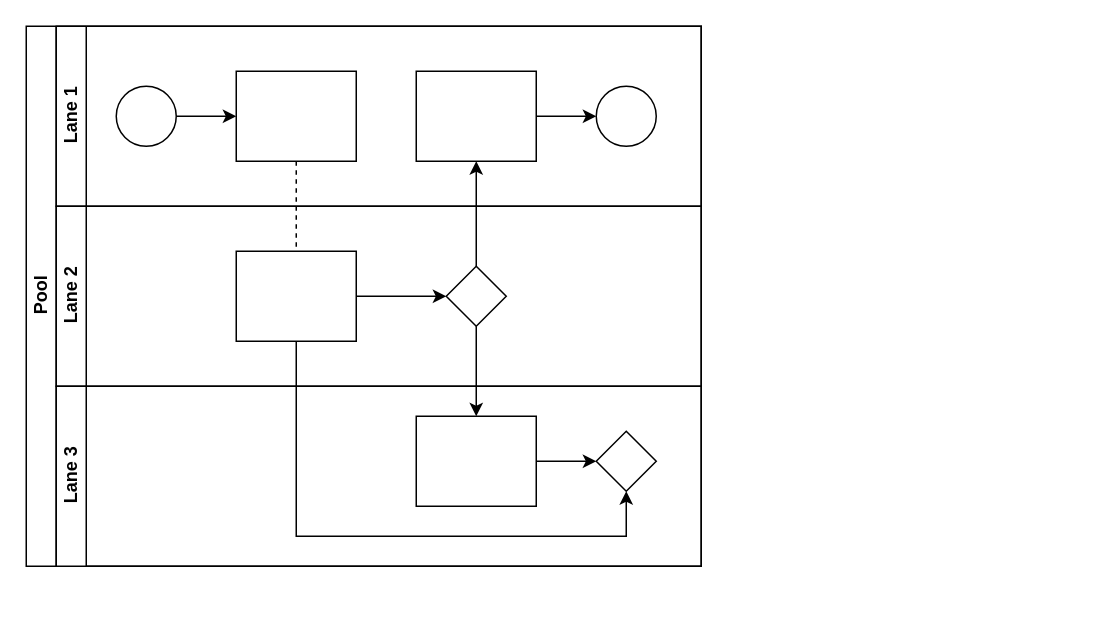
Earlier version of the draw.io diagram page "Interactions" (3 of 3) of SSPN Replacement.drawio (RustyTruck/plc4trucksduck). Source tidied: cells renumbered, new cells numbered last; positions are measured from the earlier drawing's top-left corner, leaving out a move shared by most shapes. Both pictures are drawn from the tidied source at 150%, with x=0, y=0 at pixel (26, 26).
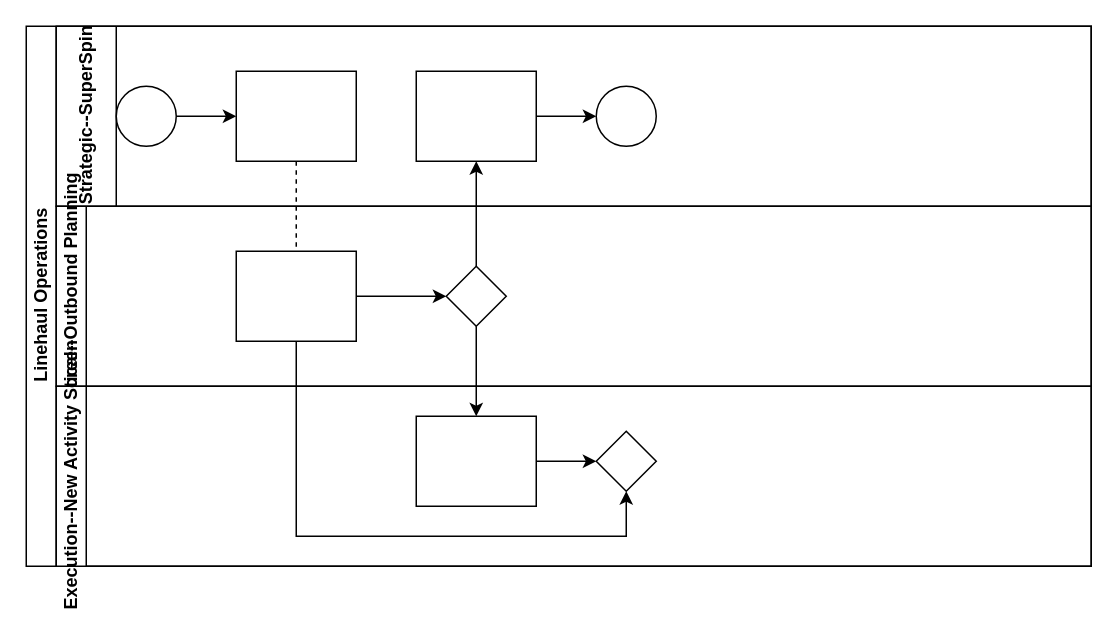
The same diagram, later.

Change to the diagram source:
```diff
@@
-    <mxCell id="2" value="Pool" style="swimlane;html=1;horizontal=0;startSize=20;" parent="1" vertex="1">
-      <mxGeometry width="450" height="360" as="geometry" />
+    <mxCell id="2" value="Linehaul Operations" style="swimlane;html=1;horizontal=0;startSize=20;" parent="1" vertex="1">
+      <mxGeometry width="710" height="360" as="geometry" />
     </mxCell>
@@
-    <mxCell id="7" value="Lane 1" style="swimlane;html=1;startSize=20;horizontal=0;" parent="2" vertex="1">
-      <mxGeometry x="20" width="430" height="120" as="geometry" />
+    <mxCell id="7" value="Strategic--SuperSpin" style="swimlane;html=1;startSize=40;horizontal=0;" parent="2" vertex="1">
+      <mxGeometry x="20" width="690" height="120" as="geometry" />
     </mxCell>
@@
-    <mxCell id="14" value="Lane 2" style="swimlane;html=1;startSize=20;horizontal=0;" parent="2" vertex="1">
-      <mxGeometry x="20" y="120" width="430" height="120" as="geometry" />
+    <mxCell id="14" value="Tactical--Outbound Planning" style="swimlane;html=1;startSize=20;horizontal=0;" parent="2" vertex="1">
+      <mxGeometry x="20" y="120" width="690" height="120" as="geometry" />
     </mxCell>
@@
-    <mxCell id="18" value="Lane 3" style="swimlane;html=1;startSize=20;horizontal=0;" parent="2" vertex="1">
-      <mxGeometry x="20" y="240" width="430" height="120" as="geometry" />
+    <mxCell id="18" value="Execution--New Activity Screen" style="swimlane;html=1;startSize=20;horizontal=0;" parent="2" vertex="1">
+      <mxGeometry x="20" y="240" width="690" height="120" as="geometry" />
     </mxCell>
```
